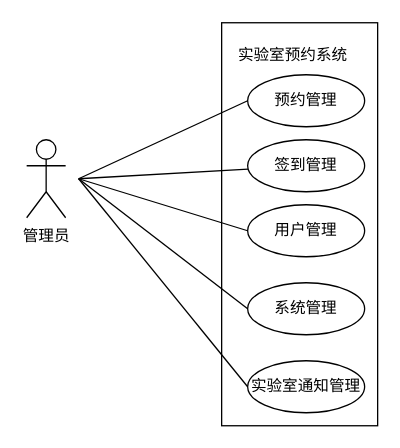
Earlier version of the draw.io diagram 未命名绘图.drawio (hcloooo/blog). Source tidied: cells renumbered, new cells numbered last; positions are measured from the earlier drawing's top-left corner, leaving out a move shared by most shapes. Both pictures are drawn from the tidied source at 130%, with x=0, y=0 at pixel (26, 22).
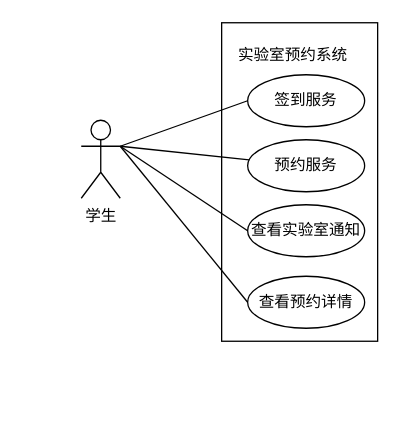
The same diagram, later.

Change to the diagram source:
```diff
@@
 <mxGraphModel>
   <root>
     <mxCell id="0" />
     <mxCell id="1" parent="0" />
-    <mxCell id="2" value="管理员" style="shape=umlActor;verticalLabelPosition=bottom;verticalAlign=top;html=1;" parent="1" vertex="1">
-      <mxGeometry y="90" width="30" height="60" as="geometry" />
+    <mxCell id="2" value="学生" style="shape=umlActor;verticalLabelPosition=bottom;verticalAlign=top;html=1;" parent="1" vertex="1">
+      <mxGeometry x="42" y="75" width="30" height="60" as="geometry" />
     </mxCell>
     <mxCell id="3" style="rounded=0;whiteSpace=wrap;html=1;direction=south;" parent="1" vertex="1">
-      <mxGeometry x="150" width="120" height="310" as="geometry" />
+      <mxGeometry x="150" width="120" height="245" as="geometry" />
     </mxCell>
-    <mxCell id="4" value="预约管理" style="ellipse;whiteSpace=wrap;html=1;" parent="1" vertex="1">
+    <mxCell id="4" value="签到服务" style="ellipse;whiteSpace=wrap;html=1;" parent="1" vertex="1">
       <mxGeometry x="170" y="40" width="90" height="40" as="geometry" />
     </mxCell>
-    <mxCell id="5" value="签到管理" style="ellipse;whiteSpace=wrap;html=1;" parent="1" vertex="1">
+    <mxCell id="5" value="预约服务" style="ellipse;whiteSpace=wrap;html=1;" parent="1" vertex="1">
       <mxGeometry x="170" y="90" width="90" height="40" as="geometry" />
     </mxCell>
-    <mxCell id="6" value="用户管理" style="ellipse;whiteSpace=wrap;html=1;" parent="1" vertex="1">
+    <mxCell id="6" value="查看实验室通知" style="ellipse;whiteSpace=wrap;html=1;" parent="1" vertex="1">
       <mxGeometry x="170" y="140" width="90" height="40" as="geometry" />
     </mxCell>
-    <mxCell id="7" value="系统管理" style="ellipse;whiteSpace=wrap;html=1;" parent="1" vertex="1">
-      <mxGeometry x="170" y="200" width="90" height="40" as="geometry" />
-    </mxCell>
-    <mxCell id="8" value="实验室通知管理" style="ellipse;whiteSpace=wrap;html=1;" parent="1" vertex="1">
-      <mxGeometry x="170" y="260" width="90" height="40" as="geometry" />
-    </mxCell>
     <mxCell id="9" value="实验室预约系统" style="text;html=1;strokeColor=none;fillColor=none;align=center;verticalAlign=middle;whiteSpace=wrap;rounded=0;" parent="1" vertex="1">
       <mxGeometry x="160" y="10" width="90" height="30" as="geometry" />
     </mxCell>
     <mxCell id="10" style="endArrow=none;html=1;rounded=0;entryX=0;entryY=0.5;entryDx=0;entryDy=0;" parent="1" edge="1" target="4">
       <mxGeometry relative="1" as="geometry">
-        <mxPoint x="40" y="120" as="sourcePoint" />
+        <mxPoint x="72" y="95" as="sourcePoint" />
       </mxGeometry>
     </mxCell>
     <mxCell id="11" style="endArrow=none;html=1;rounded=0;" parent="1" edge="1" target="5">
       <mxGeometry relative="1" as="geometry">
-        <mxPoint x="40" y="120" as="sourcePoint" />
+        <mxPoint x="72" y="95" as="sourcePoint" />
       </mxGeometry>
     </mxCell>
     <mxCell id="12" style="endArrow=none;html=1;rounded=0;entryX=0;entryY=0.5;entryDx=0;entryDy=0;" parent="1" edge="1" target="6">
       <mxGeometry relative="1" as="geometry">
-        <mxPoint x="40" y="120" as="sourcePoint" />
+        <mxPoint x="72" y="95" as="sourcePoint" />
       </mxGeometry>
     </mxCell>
-    <mxCell id="13" style="endArrow=none;html=1;rounded=0;entryX=0;entryY=0.5;entryDx=0;entryDy=0;" parent="1" edge="1" target="7">
-      <mxGeometry relative="1" as="geometry">
-        <mxPoint x="40" y="120" as="sourcePoint" />
-      </mxGeometry>
-    </mxCell>
-    <mxCell id="14" style="endArrow=none;html=1;rounded=0;entryX=0;entryY=0.5;entryDx=0;entryDy=0;" parent="1" edge="1" target="8">
-      <mxGeometry relative="1" as="geometry">
-        <mxPoint x="40" y="120" as="sourcePoint" />
-      </mxGeometry>
-    </mxCell>
+    <mxCell id="15" value="查看预约详情" style="ellipse;whiteSpace=wrap;html=1;" parent="1" vertex="1">
+      <mxGeometry x="170" y="195" width="90" height="40" as="geometry" />
+    </mxCell>
+    <mxCell id="16" style="endArrow=none;html=1;rounded=0;entryX=0;entryY=0.5;entryDx=0;entryDy=0;" parent="1" edge="1" target="15">
+      <mxGeometry relative="1" as="geometry">
+        <mxPoint x="72" y="95" as="sourcePoint" />
+      </mxGeometry>
+    </mxCell>
   </root>
 </mxGraphModel>
```
